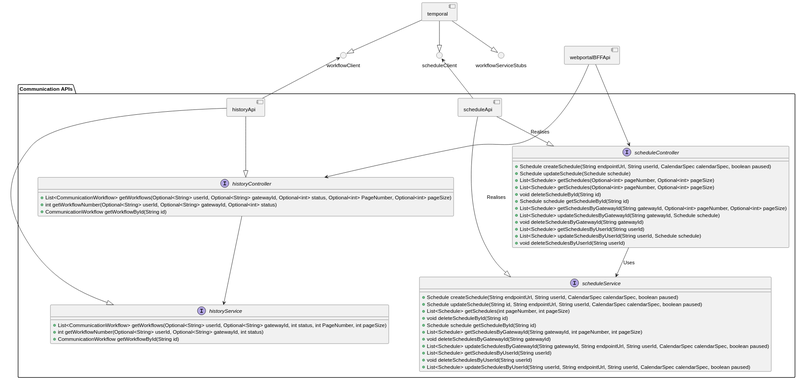
The PlantUML diagram Designs/Images/System Context/Components/HistoryScheduleApiInterfaces.svg in CameronWard301/communication_scheduler, before a commit. The source it was exported from:
```plantuml
@startuml
component webportalBFFApi {

}

component temporal {
}

() workflowClient
() scheduleClient
() workflowServiceStubs


workflowServiceStubs <|-u- temporal
workflowClient <|-u- temporal
scheduleClient <|-u- temporal

package "Communication APIs" as communicationApis {

    component scheduleApi{

    }

    interface scheduleController{
        + Schedule createSchedule(String endpointUrl, String userId, CalendarSpec calendarSpec, boolean paused)
        + Schedule updateSchedule(Schedule schedule)
        + List<Schedule> getSchedules(Optional<int> pageNumber, Optional<int> pageSize)
        + List<Schedule> getSchedules(Optional<int> pageNumber, Optional<int> pageSize)
        + void deleteScheduleById(String id)
        + Schedule schedule getScheduleById(String id)
        + List<Schedule> getSchedulesByGatewayId(String gatewayId, Optional<int> pageNumber, Optional<int> pageSize)
        + List<Schedule> updateSchedulesByGatewayId(String gatewayId, Schedule schedule)
        + void deleteSchedulesByGatewayId(String gatewayId)
        + List<Schedule> getSchedulesByUserId(String userId)
        + List<Schedule> updateSchedulesByUserId(String userId, Schedule schedule)
        + void deleteSchedulesByUserId(String userId)
    }

    interface scheduleService {
        + Schedule createSchedule(String endpointUrl, String userId, CalendarSpec calendarSpec, boolean paused)
        + Schedule updateSchedule(String id, String endpointUrl, String userId, CalendarSpec calendarSpec, boolean paused)
        + List<Schedule> getSchedules(int pageNumber, int pageSize)
        + void deleteScheduleById(String id)
        + Schedule schedule getScheduleById(String id)
        + List<Schedule> getSchedulesByGatewayId(String gatewayId, int pageNumber, int pageSize)
        + void deleteSchedulesByGatewayId(String gatewayId)
        + List<Schedule> updateSchedulesByGatewayId(String gatewayId, String endpointUrl, String userId, CalendarSpec calendarSpec, boolean paused)
        + List<Schedule> getSchedulesByUserId(String userId)
        + void deleteSchedulesByUserId(String userId)
        + List<Schedule> updateSchedulesByUserId(String userId, String endpointUrl, String userId, CalendarSpec calendarSpec, boolean paused)
    }


    scheduleApi --|> scheduleService : Realises
    scheduleApi --|> scheduleController : Realises
    scheduleController --> scheduleService : Uses

    component historyApi {

    }

    interface historyController {
        + List<CommunicationWorkflow> getWorkflows(Optional<String> userId, Optional<String> gatewayId, Optional<int> status, Optional<int> PageNumber, Optional<int> pageSize)
        + int getWorkflowNumber(Optional<String> userId, Optional<String> gatewayId, Optional<int> status)
        + CommunicationWorkflow getWorkflowById(String id)
    }


    interface historyService {
        + List<CommunicationWorkflow> getWorkflows(Optional<String> userId, Optional<String> gatewayId, int status, int PageNumber, int pageSize)
        + int getWorkflowNumber(Optional<String> userId, Optional<String> gatewayId, int status)
        + CommunicationWorkflow getWorkflowById(String id)
    }

    historyApi --|> historyService
    historyApi --|> historyController
    historyController --> historyService

}


webportalBFFApi ---> historyController
webportalBFFApi ---> scheduleController
scheduleClient <-- scheduleApi
workflowClient <-- historyApi
@enduml
```
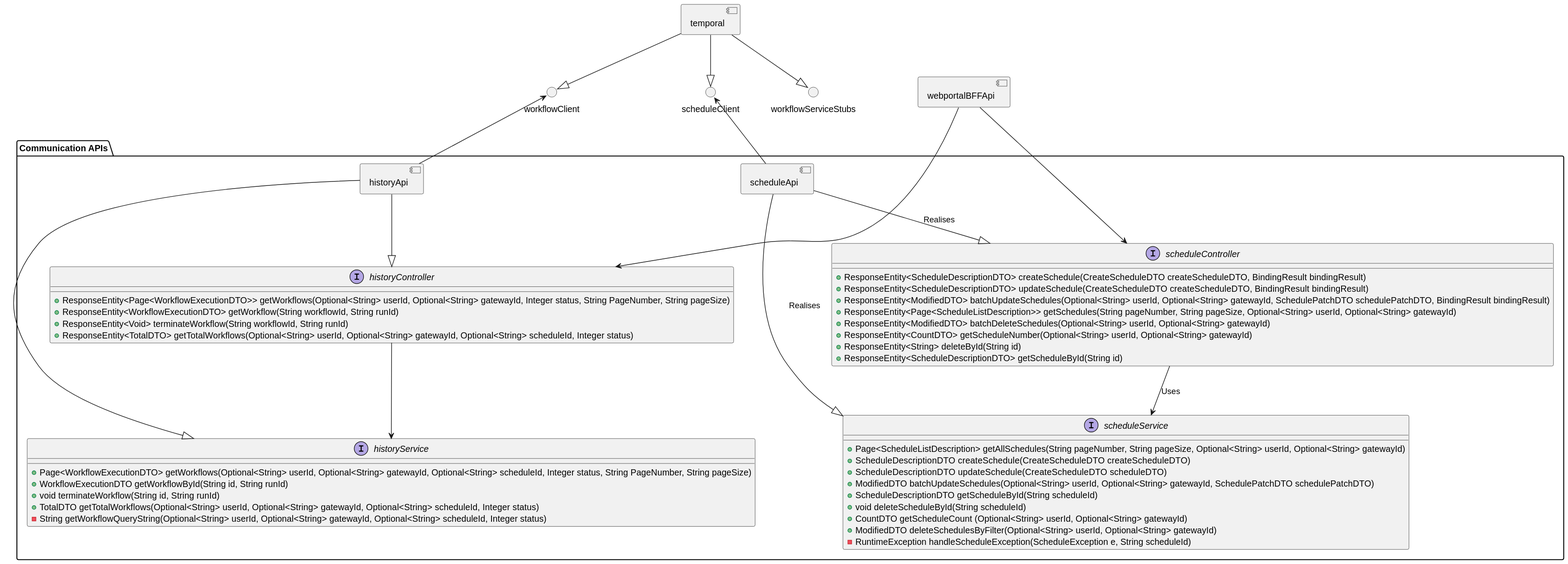
Above is the later version.

The edit, as a diff of the source:
```diff
@@ -22,32 +22,26 @@
     }
 
     interface scheduleController{
-        + Schedule createSchedule(String endpointUrl, String userId, CalendarSpec calendarSpec, boolean paused)
-        + Schedule updateSchedule(Schedule schedule)
-        + List<Schedule> getSchedules(Optional<int> pageNumber, Optional<int> pageSize)
-        + List<Schedule> getSchedules(Optional<int> pageNumber, Optional<int> pageSize)
-        + void deleteScheduleById(String id)
-        + Schedule schedule getScheduleById(String id)
-        + List<Schedule> getSchedulesByGatewayId(String gatewayId, Optional<int> pageNumber, Optional<int> pageSize)
-        + List<Schedule> updateSchedulesByGatewayId(String gatewayId, Schedule schedule)
-        + void deleteSchedulesByGatewayId(String gatewayId)
-        + List<Schedule> getSchedulesByUserId(String userId)
-        + List<Schedule> updateSchedulesByUserId(String userId, Schedule schedule)
-        + void deleteSchedulesByUserId(String userId)
-    }
+            + ResponseEntity<ScheduleDescriptionDTO> createSchedule(CreateScheduleDTO createScheduleDTO, BindingResult bindingResult)
+            + ResponseEntity<ScheduleDescriptionDTO> updateSchedule(CreateScheduleDTO createScheduleDTO, BindingResult bindingResult)
+            + ResponseEntity<ModifiedDTO> batchUpdateSchedules(Optional<String> userId, Optional<String> gatewayId, SchedulePatchDTO schedulePatchDTO, BindingResult bindingResult)
+            + ResponseEntity<Page<ScheduleListDescription>> getSchedules(String pageNumber, String pageSize, Optional<String> userId, Optional<String> gatewayId)
+            + ResponseEntity<ModifiedDTO> batchDeleteSchedules(Optional<String> userId, Optional<String> gatewayId)
+            + ResponseEntity<CountDTO> getScheduleNumber(Optional<String> userId, Optional<String> gatewayId)
+            + ResponseEntity<String> deleteById(String id)
+            + ResponseEntity<ScheduleDescriptionDTO> getScheduleById(String id)
+        }
 
     interface scheduleService {
-        + Schedule createSchedule(String endpointUrl, String userId, CalendarSpec calendarSpec, boolean paused)
-        + Schedule updateSchedule(String id, String endpointUrl, String userId, CalendarSpec calendarSpec, boolean paused)
-        + List<Schedule> getSchedules(int pageNumber, int pageSize)
-        + void deleteScheduleById(String id)
-        + Schedule schedule getScheduleById(String id)
-        + List<Schedule> getSchedulesByGatewayId(String gatewayId, int pageNumber, int pageSize)
-        + void deleteSchedulesByGatewayId(String gatewayId)
-        + List<Schedule> updateSchedulesByGatewayId(String gatewayId, String endpointUrl, String userId, CalendarSpec calendarSpec, boolean paused)
-        + List<Schedule> getSchedulesByUserId(String userId)
-        + void deleteSchedulesByUserId(String userId)
-        + List<Schedule> updateSchedulesByUserId(String userId, String endpointUrl, String userId, CalendarSpec calendarSpec, boolean paused)
+        + Page<ScheduleListDescription> getAllSchedules(String pageNumber, String pageSize, Optional<String> userId, Optional<String> gatewayId)
+        + ScheduleDescriptionDTO createSchedule(CreateScheduleDTO createScheduleDTO)
+        + ScheduleDescriptionDTO updateSchedule(CreateScheduleDTO scheduleDTO)
+        + ModifiedDTO batchUpdateSchedules(Optional<String> userId, Optional<String> gatewayId, SchedulePatchDTO schedulePatchDTO)
+        + ScheduleDescriptionDTO getScheduleById(String scheduleId)
+        + void deleteScheduleById(String scheduleId)
+        + CountDTO getScheduleCount (Optional<String> userId, Optional<String> gatewayId)
+        + ModifiedDTO deleteSchedulesByFilter(Optional<String> userId, Optional<String> gatewayId)
+        - RuntimeException handleScheduleException(ScheduleException e, String scheduleId)
     }
 
 
@@ -60,16 +54,19 @@
     }
 
     interface historyController {
-        + List<CommunicationWorkflow> getWorkflows(Optional<String> userId, Optional<String> gatewayId, Optional<int> status, Optional<int> PageNumber, Optional<int> pageSize)
-        + int getWorkflowNumber(Optional<String> userId, Optional<String> gatewayId, Optional<int> status)
-        + CommunicationWorkflow getWorkflowById(String id)
+        + ResponseEntity<Page<WorkflowExecutionDTO>> getWorkflows(Optional<String> userId, Optional<String> gatewayId, Integer status, String PageNumber, String pageSize)
+        + ResponseEntity<WorkflowExecutionDTO> getWorkflow(String workflowId, String runId)
+        + ResponseEntity<Void> terminateWorkflow(String workflowId, String runId)
+        + ResponseEntity<TotalDTO> getTotalWorkflows(Optional<String> userId, Optional<String> gatewayId, Optional<String> scheduleId, Integer status)
     }
 
 
     interface historyService {
-        + List<CommunicationWorkflow> getWorkflows(Optional<String> userId, Optional<String> gatewayId, int status, int PageNumber, int pageSize)
-        + int getWorkflowNumber(Optional<String> userId, Optional<String> gatewayId, int status)
-        + CommunicationWorkflow getWorkflowById(String id)
+        + Page<WorkflowExecutionDTO> getWorkflows(Optional<String> userId, Optional<String> gatewayId, Optional<String> scheduleId, Integer status, String PageNumber, String pageSize)
+        + WorkflowExecutionDTO getWorkflowById(String id, String runId)
+        + void terminateWorkflow(String id, String runId)
+        + TotalDTO getTotalWorkflows(Optional<String> userId, Optional<String> gatewayId, Optional<String> scheduleId, Integer status)
+        - String getWorkflowQueryString(Optional<String> userId, Optional<String> gatewayId, Optional<String> scheduleId, Integer status)
     }
 
     historyApi --|> historyService
```
